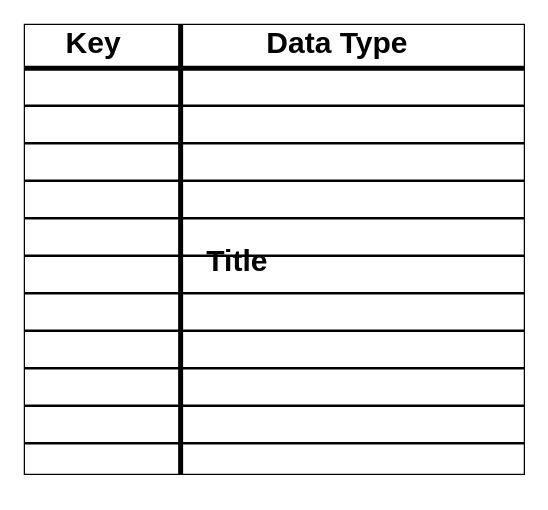
Above: dbsample.drawio in Lorenzo91347/db-first (draw.io), before the change. Source tidied: cells renumbered, new cells numbered last; positions are measured from the earlier drawing's top-left corner, leaving out a move shared by most shapes. Both pictures are drawn from the tidied source at 125%, with x=0, y=0 at pixel (24, 24).
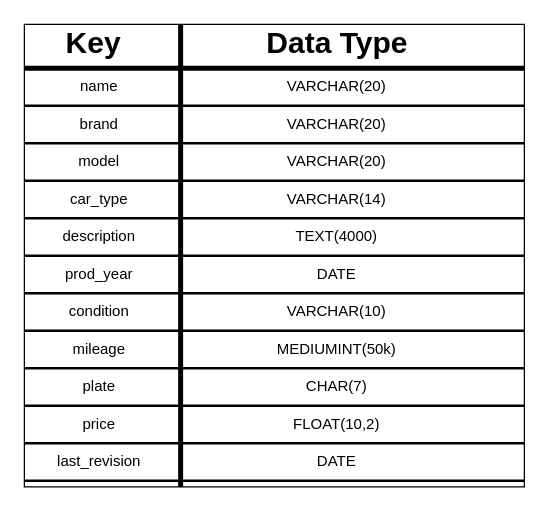
After the change.

Diff of the diagram source:
```diff
@@
     <mxCell id="2" style="rounded=0;whiteSpace=wrap;html=1;" parent="1" vertex="1">
-      <mxGeometry width="400" height="360" as="geometry" />
+      <mxGeometry width="400" height="370" as="geometry" />
     </mxCell>
     <mxCell id="3" style="line;strokeWidth=4;direction=south;html=1;perimeter=backbonePerimeter;" parent="1" vertex="1">
-      <mxGeometry x="120" width="10" height="360" as="geometry" />
+      <mxGeometry x="120" width="10" height="370" as="geometry" />
     </mxCell>
@@
-    <mxCell id="16" value="Title" style="text;strokeColor=none;fillColor=none;html=1;fontSize=24;fontStyle=1;verticalAlign=middle;align=center;" parent="1" vertex="1">
-      <mxGeometry x="120" y="170" width="100" height="40" as="geometry" />
-    </mxCell>
@@
+    <mxCell id="18" value="name" style="text;html=1;strokeColor=none;fillColor=none;align=center;verticalAlign=middle;whiteSpace=wrap;rounded=0;" parent="1" vertex="1">
+      <mxGeometry x="30" y="30" width="60" height="40" as="geometry" />
+    </mxCell>
+    <mxCell id="19" value="brand" style="text;html=1;strokeColor=none;fillColor=none;align=center;verticalAlign=middle;whiteSpace=wrap;rounded=0;" parent="1" vertex="1">
+      <mxGeometry x="30" y="60" width="60" height="40" as="geometry" />
+    </mxCell>
+    <mxCell id="20" value="model" style="text;html=1;strokeColor=none;fillColor=none;align=center;verticalAlign=middle;whiteSpace=wrap;rounded=0;" parent="1" vertex="1">
+      <mxGeometry x="30" y="90" width="60" height="40" as="geometry" />
+    </mxCell>
+    <mxCell id="21" value="car_type" style="text;html=1;strokeColor=none;fillColor=none;align=center;verticalAlign=middle;whiteSpace=wrap;rounded=0;" parent="1" vertex="1">
+      <mxGeometry x="30" y="120" width="60" height="40" as="geometry" />
+    </mxCell>
+    <mxCell id="22" value="description" style="text;html=1;strokeColor=none;fillColor=none;align=center;verticalAlign=middle;whiteSpace=wrap;rounded=0;" parent="1" vertex="1">
+      <mxGeometry x="30" y="150" width="60" height="40" as="geometry" />
+    </mxCell>
+    <mxCell id="23" value="prod_year" style="text;html=1;strokeColor=none;fillColor=none;align=center;verticalAlign=middle;whiteSpace=wrap;rounded=0;" parent="1" vertex="1">
+      <mxGeometry x="30" y="180" width="60" height="40" as="geometry" />
+    </mxCell>
+    <mxCell id="24" value="condition" style="text;html=1;strokeColor=none;fillColor=none;align=center;verticalAlign=middle;whiteSpace=wrap;rounded=0;" parent="1" vertex="1">
+      <mxGeometry x="30" y="210" width="60" height="40" as="geometry" />
+    </mxCell>
+    <mxCell id="25" value="mileage" style="text;html=1;strokeColor=none;fillColor=none;align=center;verticalAlign=middle;whiteSpace=wrap;rounded=0;" parent="1" vertex="1">
+      <mxGeometry x="30" y="240" width="60" height="40" as="geometry" />
+    </mxCell>
+    <mxCell id="26" value="plate" style="text;html=1;strokeColor=none;fillColor=none;align=center;verticalAlign=middle;whiteSpace=wrap;rounded=0;" parent="1" vertex="1">
+      <mxGeometry x="30" y="270" width="60" height="40" as="geometry" />
+    </mxCell>
+    <mxCell id="27" value="price" style="text;html=1;strokeColor=none;fillColor=none;align=center;verticalAlign=middle;whiteSpace=wrap;rounded=0;" parent="1" vertex="1">
+      <mxGeometry x="30" y="300" width="60" height="40" as="geometry" />
+    </mxCell>
+    <mxCell id="28" value="last_revision" style="text;html=1;strokeColor=none;fillColor=none;align=center;verticalAlign=middle;whiteSpace=wrap;rounded=0;" parent="1" vertex="1">
+      <mxGeometry x="30" y="330" width="60" height="40" as="geometry" />
+    </mxCell>
+    <mxCell id="29" value="VARCHAR(20)" style="text;html=1;strokeColor=none;fillColor=none;align=center;verticalAlign=middle;whiteSpace=wrap;rounded=0;" parent="1" vertex="1">
+      <mxGeometry x="220" y="30" width="60" height="40" as="geometry" />
+    </mxCell>
+    <mxCell id="30" value="VARCHAR(20)" style="text;html=1;strokeColor=none;fillColor=none;align=center;verticalAlign=middle;whiteSpace=wrap;rounded=0;" parent="1" vertex="1">
+      <mxGeometry x="220" y="60" width="60" height="40" as="geometry" />
+    </mxCell>
+    <mxCell id="31" value="VARCHAR(20)" style="text;html=1;strokeColor=none;fillColor=none;align=center;verticalAlign=middle;whiteSpace=wrap;rounded=0;" parent="1" vertex="1">
+      <mxGeometry x="220" y="90" width="60" height="40" as="geometry" />
+    </mxCell>
+    <mxCell id="32" value="VARCHAR(14)" style="text;html=1;strokeColor=none;fillColor=none;align=center;verticalAlign=middle;whiteSpace=wrap;rounded=0;" parent="1" vertex="1">
+      <mxGeometry x="220" y="120" width="60" height="40" as="geometry" />
+    </mxCell>
+    <mxCell id="33" value="TEXT(4000)" style="text;html=1;strokeColor=none;fillColor=none;align=center;verticalAlign=middle;whiteSpace=wrap;rounded=0;" parent="1" vertex="1">
+      <mxGeometry x="220" y="150" width="60" height="40" as="geometry" />
+    </mxCell>
+    <mxCell id="34" value="DATE" style="text;html=1;strokeColor=none;fillColor=none;align=center;verticalAlign=middle;whiteSpace=wrap;rounded=0;" parent="1" vertex="1">
+      <mxGeometry x="220" y="180" width="60" height="40" as="geometry" />
+    </mxCell>
+    <mxCell id="35" value="VARCHAR(10)" style="text;html=1;strokeColor=none;fillColor=none;align=center;verticalAlign=middle;whiteSpace=wrap;rounded=0;" parent="1" vertex="1">
+      <mxGeometry x="220" y="210" width="60" height="40" as="geometry" />
+    </mxCell>
+    <mxCell id="36" value="MEDIUMINT(50k)" style="text;html=1;strokeColor=none;fillColor=none;align=center;verticalAlign=middle;whiteSpace=wrap;rounded=0;" parent="1" vertex="1">
+      <mxGeometry x="220" y="240" width="60" height="40" as="geometry" />
+    </mxCell>
+    <mxCell id="37" value="CHAR(7)" style="text;html=1;strokeColor=none;fillColor=none;align=center;verticalAlign=middle;whiteSpace=wrap;rounded=0;" parent="1" vertex="1">
+      <mxGeometry x="220" y="270" width="60" height="40" as="geometry" />
+    </mxCell>
+    <mxCell id="38" value="FLOAT(10,2)" style="text;html=1;strokeColor=none;fillColor=none;align=center;verticalAlign=middle;whiteSpace=wrap;rounded=0;" parent="1" vertex="1">
+      <mxGeometry x="220" y="300" width="60" height="40" as="geometry" />
+    </mxCell>
+    <mxCell id="39" value="DATE" style="text;html=1;strokeColor=none;fillColor=none;align=center;verticalAlign=middle;whiteSpace=wrap;rounded=0;" parent="1" vertex="1">
+      <mxGeometry x="220" y="330" width="60" height="40" as="geometry" />
+    </mxCell>
+    <mxCell id="40" style="line;strokeWidth=2;html=1;" parent="1" vertex="1">
+      <mxGeometry y="360" width="400" height="10" as="geometry" />
+    </mxCell>
```
